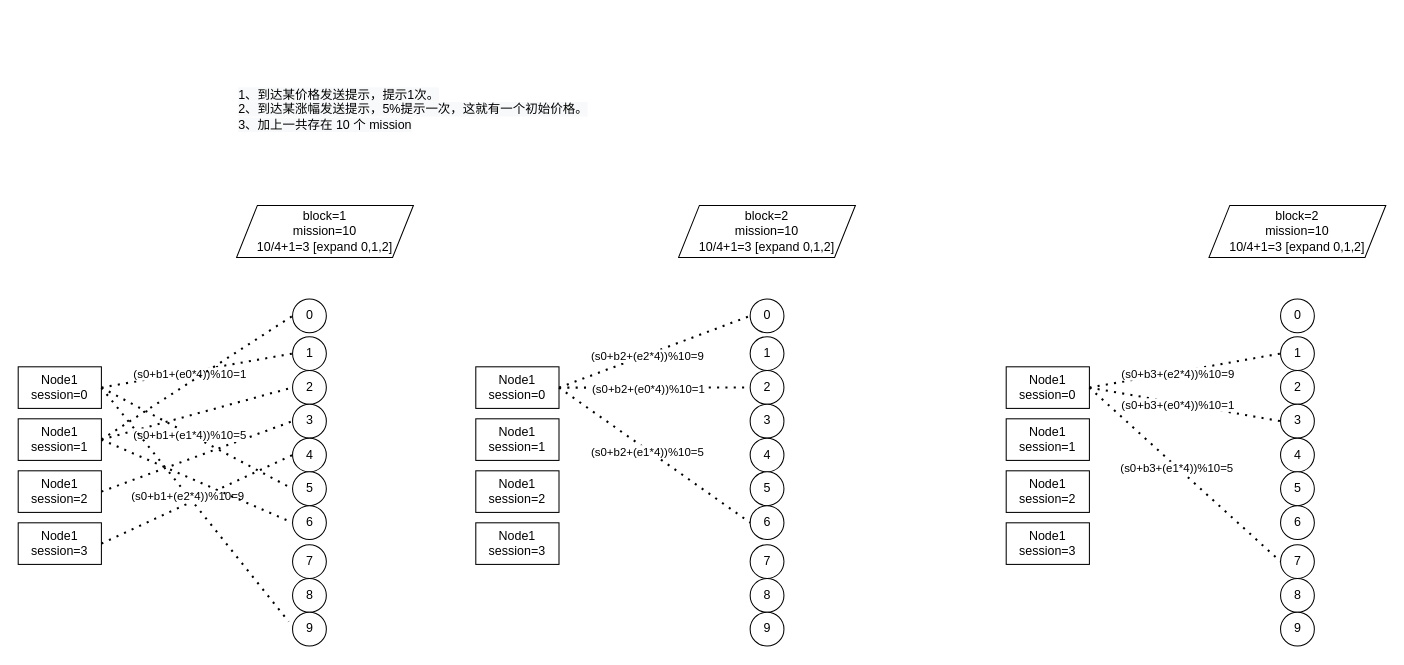
This is page "Offchian扫描算法" (2 of 5) of 自动报价程序.drawio from kami1983/umls, a draw.io file, before an edit. Source tidied: cells renumbered, new cells numbered last; positions are measured from the earlier drawing's top-left corner, leaving out a move shared by most shapes. Both pictures are drawn from the tidied source at 104%, with x=0, y=0 at pixel (18, 80).
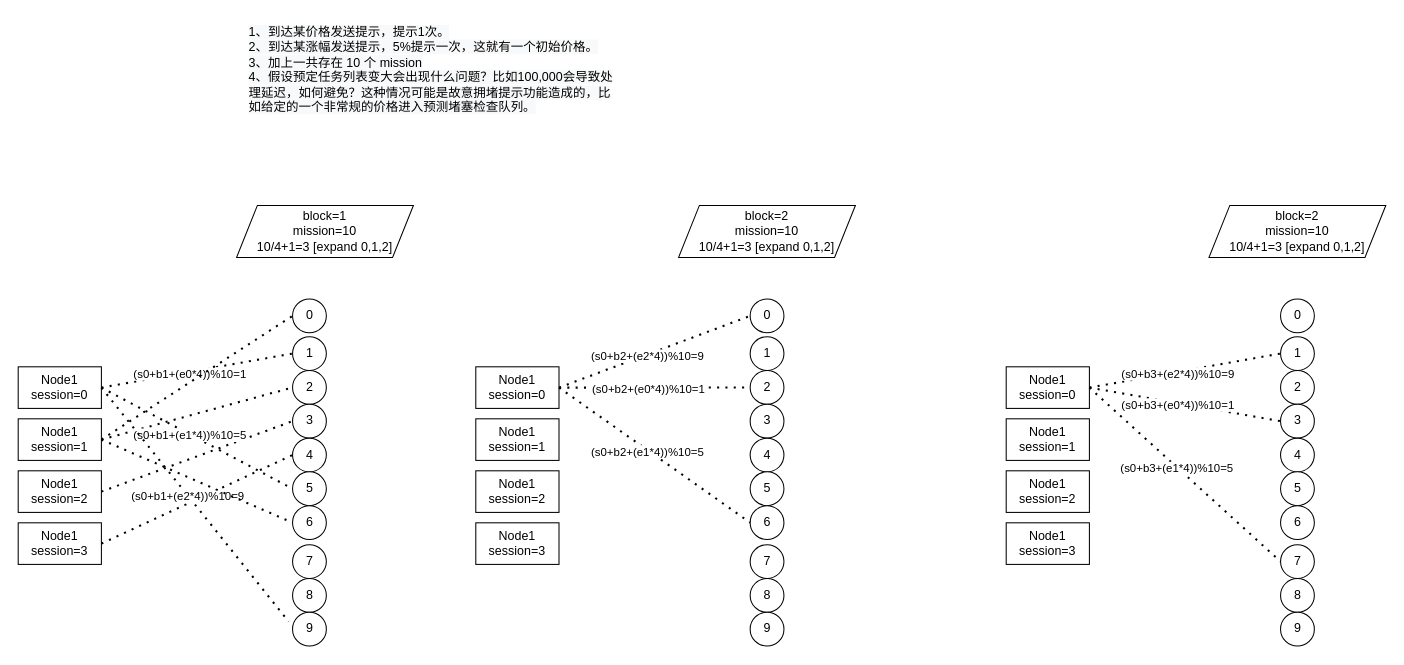
The same diagram, later.

Diff of the diagram source:
```diff
@@
-    <mxCell id="70" value="&lt;span style=&quot;color: rgb(0, 0, 0); font-family: Helvetica; font-size: 12px; font-style: normal; font-variant-ligatures: normal; font-variant-caps: normal; font-weight: 400; letter-spacing: normal; orphans: 2; text-align: center; text-indent: 0px; text-transform: none; widows: 2; word-spacing: 0px; -webkit-text-stroke-width: 0px; background-color: rgb(248, 249, 250); text-decoration-thickness: initial; text-decoration-style: initial; text-decoration-color: initial; float: none; display: inline !important;&quot;&gt;1、到达某价格发送提示，提示1次。&lt;br&gt;2、到达某涨幅发送提示，5%提示一次，这就有一个初始价格。&lt;br&gt;3、加上一共存在 10 个 mission&lt;br&gt;&lt;/span&gt;" style="text;whiteSpace=wrap;html=1;" parent="1" vertex="1">
-      <mxGeometry x="210" width="360" height="60" as="geometry" />
+    <mxCell id="70" value="&lt;span style=&quot;color: rgb(0, 0, 0); font-family: Helvetica; font-size: 12px; font-style: normal; font-variant-ligatures: normal; font-variant-caps: normal; font-weight: 400; letter-spacing: normal; orphans: 2; text-align: center; text-indent: 0px; text-transform: none; widows: 2; word-spacing: 0px; -webkit-text-stroke-width: 0px; background-color: rgb(248, 249, 250); text-decoration-thickness: initial; text-decoration-style: initial; text-decoration-color: initial; float: none; display: inline !important;&quot;&gt;1、到达某价格发送提示，提示1次。&lt;br&gt;2、到达某涨幅发送提示，5%提示一次，这就有一个初始价格。&lt;br&gt;3、加上一共存在 10 个 mission&lt;br&gt;4、假设预定任务列表变大会出现什么问题？比如100,000会导致处理延迟，如何避免？这种情况可能是故意拥堵提示功能造成的，比如给定的一个非常规的价格进入预测堵塞检查队列。&lt;br&gt;&lt;/span&gt;" style="text;whiteSpace=wrap;html=1;" parent="1" vertex="1">
+      <mxGeometry x="220" y="-60" width="360" height="120" as="geometry" />
     </mxCell>
```
